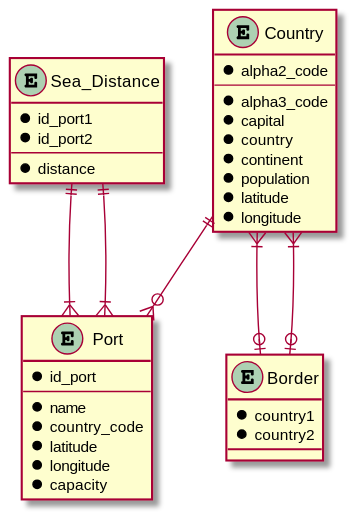
This is docs/Sprint 3/US/US303/US303_RM.svg from 1190772/LAB-Project-3, a PlantUML export, as it was before one commit. Its diagram source:
```plantuml
@startuml

entity Country {
* alpha2_code
--
* alpha3_code
* capital
* country
* continent
* population
* latitude
* longitude
}

entity Port {
* id_port
--
* name
* country_code
* latitude
* longitude
* capacity
}

entity Border {
* country1
* country2
}

entity Sea_Distance {
* id_port1
* id_port2
--
* distance
}

Country ||--o{ Port
Country }|--o| Border
Country }|--o| Border

Sea_Distance ||--|{ Port
Sea_Distance ||--|{ Port

@enduml
```
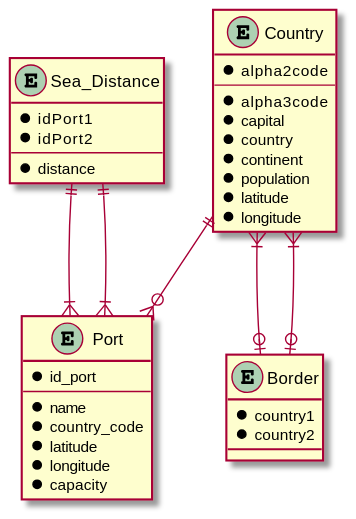
Above is the later version.

What changed in the source:
```diff
@@ -1,9 +1,9 @@
 @startuml
 
 entity Country {
-* alpha2_code
+* alpha2code
 --
-* alpha3_code
+* alpha3code
 * capital
 * country
 * continent
@@ -28,8 +28,8 @@
 }
 
 entity Sea_Distance {
-* id_port1
-* id_port2
+* idPort1
+* idPort2
 --
 * distance
 }
```
